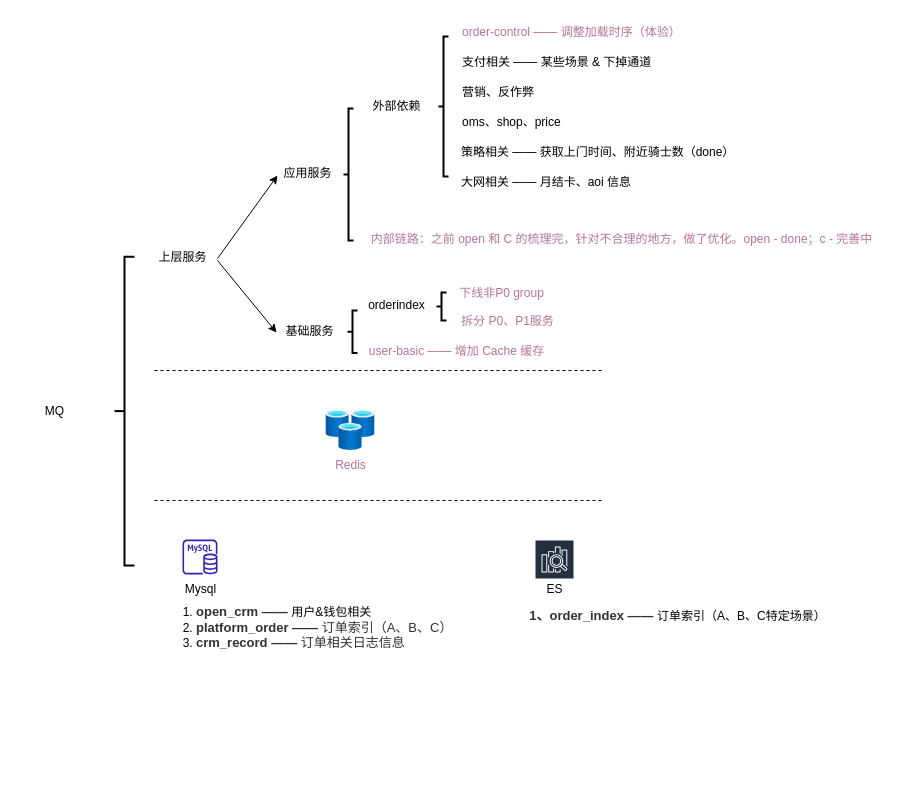
Above: 服务整体梳理.drawio in jsdchenye/2017- (draw.io), before the change. Source tidied: cells renumbered, new cells numbered last; positions are measured from the earlier drawing's top-left corner, leaving out a move shared by most shapes. Both pictures are drawn from the tidied source at 100%, with x=0, y=0 at pixel (34, 17).
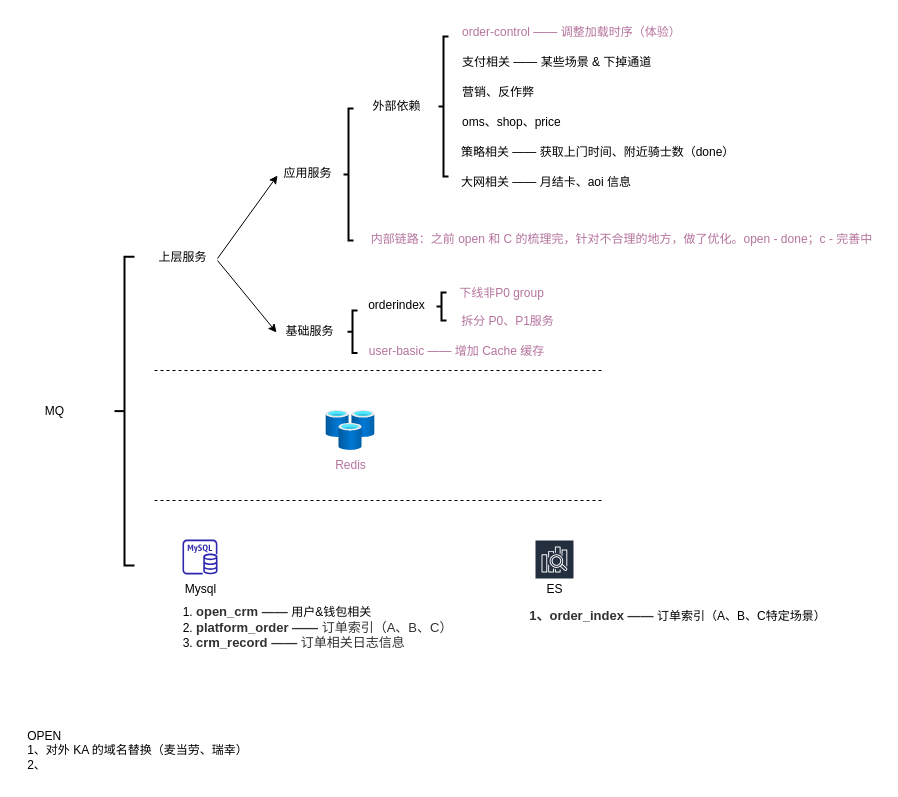
Above is the later version.

Commit message:
更新服务整体梳理.drawio

The edit, as a diff of the source:
```diff
@@
+    <mxCell id="35" value="&lt;div style=&quot;text-align: left;&quot;&gt;&lt;span style=&quot;background-color: initial;&quot;&gt;OPEN&lt;/span&gt;&lt;/div&gt;1、对外 KA 的域名替换（麦当劳、瑞幸）&lt;br&gt;&lt;div style=&quot;text-align: left;&quot;&gt;&lt;span style=&quot;background-color: initial;&quot;&gt;2、&lt;/span&gt;&lt;/div&gt;" style="text;html=1;align=center;verticalAlign=middle;strokeColor=none;fillColor=none;" parent="1" vertex="1">
+      <mxGeometry x="-17" y="703" width="240" height="60" as="geometry" />
+    </mxCell>
```
